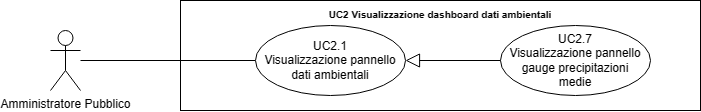
This is src/3_PB/AnalisiDeiRequisiti/assets/UML/UC2.7_Visualizzazione-pannello-precipitazioni-medie.png from SWATEngineering/Docs, a draw.io export, as it was before one commit. Source tidied: cells renumbered, new cells last; positions are measured from the earlier drawing's top-left corner, leaving out a move shared by most shapes.
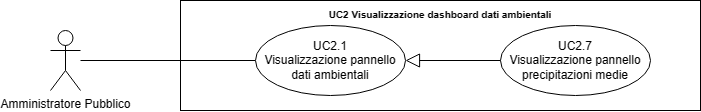
The same diagram one commit later.

Commit message:
rimozione gauge

Diff of the diagram source:
```diff
@@ -11,7 +11,7 @@
     <mxCell id="4" style="edgeStyle=none;html=1;endArrow=none;verticalAlign=bottom;rounded=0;" parent="1" edge="1" source="2" target="6">
       <mxGeometry relative="1" as="geometry" />
     </mxCell>
-    <mxCell id="5" value="UC2.7&lt;br&gt;Visualizzazione pannello gauge precipitazioni&lt;div&gt;medie&lt;/div&gt;" style="ellipse;whiteSpace=wrap;html=1;" parent="1" vertex="1">
+    <mxCell id="5" value="UC2.7&lt;br&gt;Visualizzazione pannello&lt;div&gt;precipitazioni&amp;nbsp;&lt;span style=&quot;background-color: initial;&quot;&gt;medie&lt;/span&gt;&lt;/div&gt;" style="ellipse;whiteSpace=wrap;html=1;" parent="1" vertex="1">
       <mxGeometry x="450" y="25" width="150" height="70" as="geometry" />
     </mxCell>
     <mxCell id="6" value="UC2.1&lt;br&gt;Visualizzazione pannello dati ambientali" style="ellipse;whiteSpace=wrap;html=1;" parent="1" vertex="1">
```
